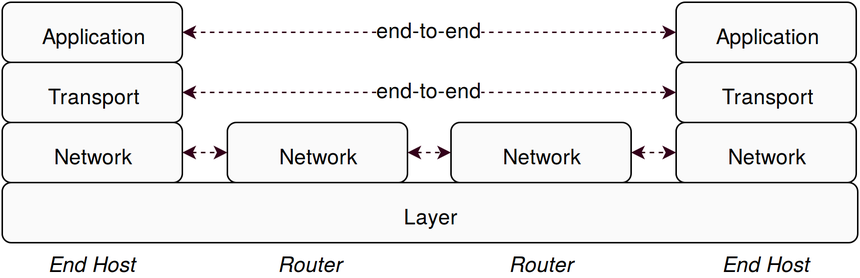
The draw.io diagram images/OSI.png in fabriziodemaria/MPTCP_Security, before a commit. Source tidied: cells renumbered, new cells last; positions are measured from the earlier drawing's top-left corner, leaving out a move shared by most shapes. Source of this version:
```xml
<mxGraphModel background="#ffffff">
  <root>
    <mxCell id="0" />
    <mxCell id="1" parent="0" />
    <mxCell id="2" value="Application" style="whiteSpace=wrap;html=1;rounded=1;shadow=0;strokeColor=#000000;fillColor=#FAFAFA;gradientColor=none;fontSize=14;fontColor=#000000;align=center;" parent="1" vertex="1">
      <mxGeometry width="120" height="40" as="geometry" />
    </mxCell>
    <mxCell id="3" value="Transport" style="whiteSpace=wrap;html=1;rounded=1;shadow=0;strokeColor=#000000;fillColor=#FAFAFA;gradientColor=none;fontSize=14;fontColor=#000000;align=center;" parent="1" vertex="1">
      <mxGeometry y="40" width="120" height="40" as="geometry" />
    </mxCell>
    <mxCell id="4" value="Network&lt;br&gt;" style="whiteSpace=wrap;html=1;rounded=1;shadow=0;strokeColor=#000000;fillColor=#FAFAFA;gradientColor=none;fontSize=14;fontColor=#000000;align=center;" parent="1" vertex="1">
      <mxGeometry y="80" width="120" height="40" as="geometry" />
    </mxCell>
    <mxCell id="5" value="Layer" style="whiteSpace=wrap;html=1;rounded=1;shadow=0;strokeColor=#000000;fillColor=#FAFAFA;gradientColor=none;fontSize=14;fontColor=#000000;align=center;" parent="1" vertex="1">
      <mxGeometry y="120" width="570" height="40" as="geometry" />
    </mxCell>
    <mxCell id="6" value="Application" style="whiteSpace=wrap;html=1;rounded=1;shadow=0;strokeColor=#000000;fillColor=#FAFAFA;gradientColor=none;fontSize=14;fontColor=#000000;align=center;" parent="1" vertex="1">
      <mxGeometry x="449" width="120" height="40" as="geometry" />
    </mxCell>
    <mxCell id="7" value="Transport" style="whiteSpace=wrap;html=1;rounded=1;shadow=0;strokeColor=#000000;fillColor=#FAFAFA;gradientColor=none;fontSize=14;fontColor=#000000;align=center;" parent="1" vertex="1">
      <mxGeometry x="449" y="40" width="120" height="40" as="geometry" />
    </mxCell>
    <mxCell id="8" value="Network&lt;br&gt;" style="whiteSpace=wrap;html=1;rounded=1;shadow=0;strokeColor=#000000;fillColor=#FAFAFA;gradientColor=none;fontSize=14;fontColor=#000000;align=center;" parent="1" vertex="1">
      <mxGeometry x="449" y="80" width="120" height="40" as="geometry" />
    </mxCell>
    <mxCell id="9" value="Network&lt;br&gt;" style="whiteSpace=wrap;html=1;rounded=1;shadow=0;strokeColor=#000000;fillColor=#FAFAFA;gradientColor=none;fontSize=14;fontColor=#000000;align=center;" parent="1" vertex="1">
      <mxGeometry x="150" y="80" width="120" height="40" as="geometry" />
    </mxCell>
    <mxCell id="10" value="Network&lt;br&gt;" style="whiteSpace=wrap;html=1;rounded=1;shadow=0;strokeColor=#000000;fillColor=#FAFAFA;gradientColor=none;fontSize=14;fontColor=#000000;align=center;" parent="1" vertex="1">
      <mxGeometry x="299" y="80" width="120" height="40" as="geometry" />
    </mxCell>
    <mxCell id="11" style="endArrow=classic;startArrow=classic;html=1;shadow=0;dashed=1;strokeColor=#33001A;strokeWidth=1;fillColor=#000000;fontSize=14;fontColor=#000000;exitX=1;exitY=0.5;entryX=0;entryY=0.5;" parent="1" edge="1" source="2" target="6">
      <mxGeometry relative="1" as="geometry" />
    </mxCell>
    <mxCell id="12" value="end-to-end" style="text;html=1;align=center;verticalAlign=middle;labelBackgroundColor=#ffffff;fontSize=14;fontColor=#000000;horizontal=1;spacing=0;spacingTop=-1;spacingBottom=7;" parent="11" vertex="1">
      <mxGeometry x="0.07" y="-1" relative="1" as="geometry">
        <mxPoint x="-13" y="-1" as="offset" />
      </mxGeometry>
    </mxCell>
    <mxCell id="13" style="endArrow=classic;startArrow=classic;html=1;shadow=0;dashed=1;strokeColor=#33001A;strokeWidth=1;fillColor=#000000;fontSize=14;fontColor=#000000;exitX=1;exitY=0.5;entryX=0;entryY=0.5;" parent="1" edge="1" target="7">
      <mxGeometry x="250" y="300" as="geometry">
        <mxPoint x="120" y="60" as="sourcePoint" />
      </mxGeometry>
    </mxCell>
    <mxCell id="14" value="end-to-end" style="text;html=1;align=center;verticalAlign=middle;labelBackgroundColor=#ffffff;fontSize=14;fontColor=#000000;horizontal=1;spacing=0;spacingTop=-1;spacingBottom=7;" parent="13" vertex="1">
      <mxGeometry x="0.07" y="-1" relative="1" as="geometry">
        <mxPoint x="-13" y="-1" as="offset" />
      </mxGeometry>
    </mxCell>
    <mxCell id="15" style="endArrow=classic;startArrow=classic;html=1;shadow=0;dashed=1;strokeColor=#33001A;strokeWidth=1;fillColor=#000000;fontSize=14;fontColor=#000000;exitX=1;exitY=0.5;entryX=0;entryY=0.5;" parent="1" edge="1" source="4" target="9">
      <mxGeometry relative="1" as="geometry" />
    </mxCell>
    <mxCell id="16" style="endArrow=classic;startArrow=classic;html=1;shadow=0;dashed=1;strokeColor=#33001A;strokeWidth=1;fillColor=#000000;fontSize=14;fontColor=#000000;exitX=1;exitY=0.5;entryX=0;entryY=0.5;" parent="1" edge="1" source="9" target="10">
      <mxGeometry x="260" y="350" as="geometry" />
    </mxCell>
    <mxCell id="17" style="endArrow=classic;startArrow=classic;html=1;shadow=0;dashed=1;strokeColor=#33001A;strokeWidth=1;fillColor=#000000;fontSize=14;fontColor=#000000;exitX=1;exitY=0.5;entryX=0;entryY=0.5;" parent="1" edge="1" source="10" target="8">
      <mxGeometry x="270" y="360" as="geometry" />
    </mxCell>
    <mxCell id="18" value="End Host&lt;br&gt;" style="text;html=1;align=center;verticalAlign=top;spacingTop=-4;fontSize=14;fontColor=#000000;fontStyle=2;" parent="1" vertex="1">
      <mxGeometry x="25" y="162" width="70" height="20" as="geometry" />
    </mxCell>
    <mxCell id="19" value="Router" style="text;html=1;align=center;verticalAlign=top;spacingTop=-4;fontSize=14;fontColor=#000000;fontStyle=2;" parent="1" vertex="1">
      <mxGeometry x="175" y="162" width="60" height="20" as="geometry" />
    </mxCell>
    <mxCell id="20" value="Router" style="text;html=1;align=center;verticalAlign=top;spacingTop=-4;fontSize=14;fontColor=#000000;fontStyle=2;" parent="1" vertex="1">
      <mxGeometry x="329" y="162" width="60" height="20" as="geometry" />
    </mxCell>
    <mxCell id="21" value="End Host&lt;br&gt;" style="text;html=1;align=center;verticalAlign=top;spacingTop=-4;fontSize=14;fontColor=#000000;fontStyle=2;" parent="1" vertex="1">
      <mxGeometry x="474" y="162" width="70" height="20" as="geometry" />
    </mxCell>
  </root>
</mxGraphModel>
```
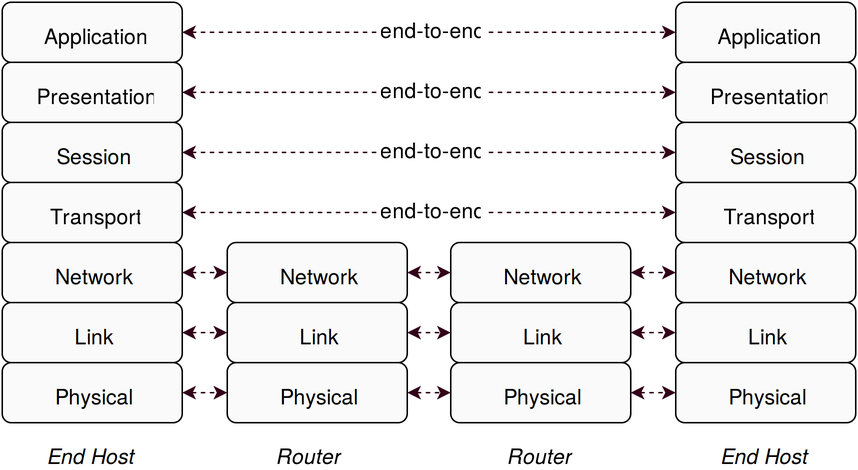
The same diagram one commit later.

Change to the diagram source:
```diff
@@ -2,7 +2,7 @@
   <root>
     <mxCell id="0" />
     <mxCell id="1" parent="0" />
-    <mxCell id="2" value="Application" style="whiteSpace=wrap;html=1;rounded=1;shadow=0;strokeColor=#000000;fillColor=#FAFAFA;gradientColor=none;fontSize=14;fontColor=#000000;align=center;" parent="1" vertex="1">
+    <mxCell id="2" value="Session" style="whiteSpace=wrap;html=1;rounded=1;shadow=0;strokeColor=#000000;fillColor=#FAFAFA;gradientColor=none;fontSize=14;fontColor=#000000;align=center;" parent="1" vertex="1">
       <mxGeometry width="120" height="40" as="geometry" />
     </mxCell>
     <mxCell id="3" value="Transport" style="whiteSpace=wrap;html=1;rounded=1;shadow=0;strokeColor=#000000;fillColor=#FAFAFA;gradientColor=none;fontSize=14;fontColor=#000000;align=center;" parent="1" vertex="1">
@@ -11,10 +11,7 @@
     <mxCell id="4" value="Network&lt;br&gt;" style="whiteSpace=wrap;html=1;rounded=1;shadow=0;strokeColor=#000000;fillColor=#FAFAFA;gradientColor=none;fontSize=14;fontColor=#000000;align=center;" parent="1" vertex="1">
       <mxGeometry y="80" width="120" height="40" as="geometry" />
     </mxCell>
-    <mxCell id="5" value="Layer" style="whiteSpace=wrap;html=1;rounded=1;shadow=0;strokeColor=#000000;fillColor=#FAFAFA;gradientColor=none;fontSize=14;fontColor=#000000;align=center;" parent="1" vertex="1">
-      <mxGeometry y="120" width="570" height="40" as="geometry" />
-    </mxCell>
-    <mxCell id="6" value="Application" style="whiteSpace=wrap;html=1;rounded=1;shadow=0;strokeColor=#000000;fillColor=#FAFAFA;gradientColor=none;fontSize=14;fontColor=#000000;align=center;" parent="1" vertex="1">
+    <mxCell id="6" value="Session" style="whiteSpace=wrap;html=1;rounded=1;shadow=0;strokeColor=#000000;fillColor=#FAFAFA;gradientColor=none;fontSize=14;fontColor=#000000;align=center;" parent="1" vertex="1">
       <mxGeometry x="449" width="120" height="40" as="geometry" />
     </mxCell>
     <mxCell id="7" value="Transport" style="whiteSpace=wrap;html=1;rounded=1;shadow=0;strokeColor=#000000;fillColor=#FAFAFA;gradientColor=none;fontSize=14;fontColor=#000000;align=center;" parent="1" vertex="1">
@@ -57,16 +54,86 @@
       <mxGeometry x="270" y="360" as="geometry" />
     </mxCell>
     <mxCell id="18" value="End Host&lt;br&gt;" style="text;html=1;align=center;verticalAlign=top;spacingTop=-4;fontSize=14;fontColor=#000000;fontStyle=2;" parent="1" vertex="1">
-      <mxGeometry x="25" y="162" width="70" height="20" as="geometry" />
+      <mxGeometry x="23" y="210" width="70" height="20" as="geometry" />
     </mxCell>
     <mxCell id="19" value="Router" style="text;html=1;align=center;verticalAlign=top;spacingTop=-4;fontSize=14;fontColor=#000000;fontStyle=2;" parent="1" vertex="1">
-      <mxGeometry x="175" y="162" width="60" height="20" as="geometry" />
+      <mxGeometry x="173" y="210" width="60" height="20" as="geometry" />
     </mxCell>
     <mxCell id="20" value="Router" style="text;html=1;align=center;verticalAlign=top;spacingTop=-4;fontSize=14;fontColor=#000000;fontStyle=2;" parent="1" vertex="1">
-      <mxGeometry x="329" y="162" width="60" height="20" as="geometry" />
+      <mxGeometry x="327" y="210" width="60" height="20" as="geometry" />
     </mxCell>
     <mxCell id="21" value="End Host&lt;br&gt;" style="text;html=1;align=center;verticalAlign=top;spacingTop=-4;fontSize=14;fontColor=#000000;fontStyle=2;" parent="1" vertex="1">
-      <mxGeometry x="474" y="162" width="70" height="20" as="geometry" />
+      <mxGeometry x="472" y="210" width="70" height="20" as="geometry" />
     </mxCell>
+    <mxCell id="22" value="Link&lt;br&gt;" style="whiteSpace=wrap;html=1;rounded=1;shadow=0;strokeColor=#000000;fillColor=#FAFAFA;gradientColor=none;fontSize=14;fontColor=#000000;align=center;" parent="1" vertex="1">
+      <mxGeometry y="120" width="120" height="40" as="geometry" />
+    </mxCell>
+    <mxCell id="23" value="Link&lt;br&gt;" style="whiteSpace=wrap;html=1;rounded=1;shadow=0;strokeColor=#000000;fillColor=#FAFAFA;gradientColor=none;fontSize=14;fontColor=#000000;align=center;" parent="1" vertex="1">
+      <mxGeometry x="449" y="120" width="120" height="40" as="geometry" />
+    </mxCell>
+    <mxCell id="24" value="Link&lt;br&gt;" style="whiteSpace=wrap;html=1;rounded=1;shadow=0;strokeColor=#000000;fillColor=#FAFAFA;gradientColor=none;fontSize=14;fontColor=#000000;align=center;" parent="1" vertex="1">
+      <mxGeometry x="150" y="120" width="120" height="40" as="geometry" />
+    </mxCell>
+    <mxCell id="25" value="Link&lt;br&gt;" style="whiteSpace=wrap;html=1;rounded=1;shadow=0;strokeColor=#000000;fillColor=#FAFAFA;gradientColor=none;fontSize=14;fontColor=#000000;align=center;" parent="1" vertex="1">
+      <mxGeometry x="299" y="120" width="120" height="40" as="geometry" />
+    </mxCell>
+    <mxCell id="26" style="endArrow=classic;startArrow=classic;html=1;shadow=0;dashed=1;strokeColor=#33001A;strokeWidth=1;fillColor=#000000;fontSize=14;fontColor=#000000;exitX=1;exitY=0.5;entryX=0;entryY=0.5;" parent="1" edge="1" source="22" target="24">
+      <mxGeometry x="250" y="380" as="geometry" />
+    </mxCell>
+    <mxCell id="27" style="endArrow=classic;startArrow=classic;html=1;shadow=0;dashed=1;strokeColor=#33001A;strokeWidth=1;fillColor=#000000;fontSize=14;fontColor=#000000;exitX=1;exitY=0.5;entryX=0;entryY=0.5;" parent="1" edge="1" source="24" target="25">
+      <mxGeometry x="260" y="390" as="geometry" />
+    </mxCell>
+    <mxCell id="28" style="endArrow=classic;startArrow=classic;html=1;shadow=0;dashed=1;strokeColor=#33001A;strokeWidth=1;fillColor=#000000;fontSize=14;fontColor=#000000;exitX=1;exitY=0.5;entryX=0;entryY=0.5;" parent="1" edge="1" source="25" target="23">
+      <mxGeometry x="270" y="400" as="geometry" />
+    </mxCell>
+    <mxCell id="29" value="Physical" style="whiteSpace=wrap;html=1;rounded=1;shadow=0;strokeColor=#000000;fillColor=#FAFAFA;gradientColor=none;fontSize=14;fontColor=#000000;align=center;" parent="1" vertex="1">
+      <mxGeometry y="160" width="120" height="40" as="geometry" />
+    </mxCell>
+    <mxCell id="30" value="Physical" style="whiteSpace=wrap;html=1;rounded=1;shadow=0;strokeColor=#000000;fillColor=#FAFAFA;gradientColor=none;fontSize=14;fontColor=#000000;align=center;" parent="1" vertex="1">
+      <mxGeometry x="449" y="160" width="120" height="40" as="geometry" />
+    </mxCell>
+    <mxCell id="31" value="Physical" style="whiteSpace=wrap;html=1;rounded=1;shadow=0;strokeColor=#000000;fillColor=#FAFAFA;gradientColor=none;fontSize=14;fontColor=#000000;align=center;" parent="1" vertex="1">
+      <mxGeometry x="150" y="160" width="120" height="40" as="geometry" />
+    </mxCell>
+    <mxCell id="32" value="Physical" style="whiteSpace=wrap;html=1;rounded=1;shadow=0;strokeColor=#000000;fillColor=#FAFAFA;gradientColor=none;fontSize=14;fontColor=#000000;align=center;" parent="1" vertex="1">
+      <mxGeometry x="299" y="160" width="120" height="40" as="geometry" />
+    </mxCell>
+    <mxCell id="33" style="endArrow=classic;startArrow=classic;html=1;shadow=0;dashed=1;strokeColor=#33001A;strokeWidth=1;fillColor=#000000;fontSize=14;fontColor=#000000;exitX=1;exitY=0.5;entryX=0;entryY=0.5;" parent="1" edge="1" source="29" target="31">
+      <mxGeometry x="250" y="420" as="geometry" />
+    </mxCell>
+    <mxCell id="34" style="endArrow=classic;startArrow=classic;html=1;shadow=0;dashed=1;strokeColor=#33001A;strokeWidth=1;fillColor=#000000;fontSize=14;fontColor=#000000;exitX=1;exitY=0.5;entryX=0;entryY=0.5;" parent="1" edge="1" source="31" target="32">
+      <mxGeometry x="260" y="430" as="geometry" />
+    </mxCell>
+    <mxCell id="35" style="endArrow=classic;startArrow=classic;html=1;shadow=0;dashed=1;strokeColor=#33001A;strokeWidth=1;fillColor=#000000;fontSize=14;fontColor=#000000;exitX=1;exitY=0.5;entryX=0;entryY=0.5;" parent="1" edge="1" source="32" target="30">
+      <mxGeometry x="270" y="440" as="geometry" />
+    </mxCell>
+    <mxCell id="36" value="Presentation" style="whiteSpace=wrap;html=1;rounded=1;shadow=0;strokeColor=#000000;fillColor=#FAFAFA;gradientColor=none;fontSize=14;fontColor=#000000;align=center;" parent="1" vertex="1">
+      <mxGeometry y="-40" width="120" height="40" as="geometry" />
+    </mxCell>
+    <mxCell id="37" value="Presentation" style="whiteSpace=wrap;html=1;rounded=1;shadow=0;strokeColor=#000000;fillColor=#FAFAFA;gradientColor=none;fontSize=14;fontColor=#000000;align=center;" parent="1" vertex="1">
+      <mxGeometry x="449" y="-40" width="120" height="40" as="geometry" />
+    </mxCell>
+    <mxCell id="38" style="endArrow=classic;startArrow=classic;html=1;shadow=0;dashed=1;strokeColor=#33001A;strokeWidth=1;fillColor=#000000;fontSize=14;fontColor=#000000;exitX=1;exitY=0.5;entryX=0;entryY=0.5;" parent="1" edge="1" source="36" target="37">
+      <mxGeometry x="250" y="220" as="geometry" />
+    </mxCell>
+    <mxCell id="39" value="end-to-end" style="text;html=1;align=center;verticalAlign=middle;labelBackgroundColor=#ffffff;fontSize=14;fontColor=#000000;horizontal=1;spacing=0;spacingTop=-1;spacingBottom=7;" parent="38" vertex="1">
+      <mxGeometry x="0.07" y="-1" relative="1" as="geometry">
+        <mxPoint x="-13" y="-1" as="offset" />
+      </mxGeometry>
+    </mxCell>
+    <mxCell id="40" value="Application" style="whiteSpace=wrap;html=1;rounded=1;shadow=0;strokeColor=#000000;fillColor=#FAFAFA;gradientColor=none;fontSize=14;fontColor=#000000;align=center;" parent="1" vertex="1">
+      <mxGeometry y="-80" width="120" height="40" as="geometry" />
+    </mxCell>
+    <mxCell id="41" value="Application" style="whiteSpace=wrap;html=1;rounded=1;shadow=0;strokeColor=#000000;fillColor=#FAFAFA;gradientColor=none;fontSize=14;fontColor=#000000;align=center;" parent="1" vertex="1">
+      <mxGeometry x="449" y="-80" width="120" height="40" as="geometry" />
+    </mxCell>
+    <mxCell id="42" style="endArrow=classic;startArrow=classic;html=1;shadow=0;dashed=1;strokeColor=#33001A;strokeWidth=1;fillColor=#000000;fontSize=14;fontColor=#000000;exitX=1;exitY=0.5;entryX=0;entryY=0.5;" parent="1" edge="1" source="40" target="41">
+      <mxGeometry x="250" y="180" as="geometry" />
+    </mxCell>
+    <mxCell id="43" value="end-to-end" style="text;html=1;align=center;verticalAlign=middle;labelBackgroundColor=#ffffff;fontSize=14;fontColor=#000000;horizontal=1;spacing=0;spacingTop=-1;spacingBottom=7;" parent="42" vertex="1">
+      <mxGeometry x="0.07" y="-1" relative="1" as="geometry">
+        <mxPoint x="-13" y="-1" as="offset" />
+      </mxGeometry>
+    </mxCell>
   </root>
 </mxGraphModel>
```
